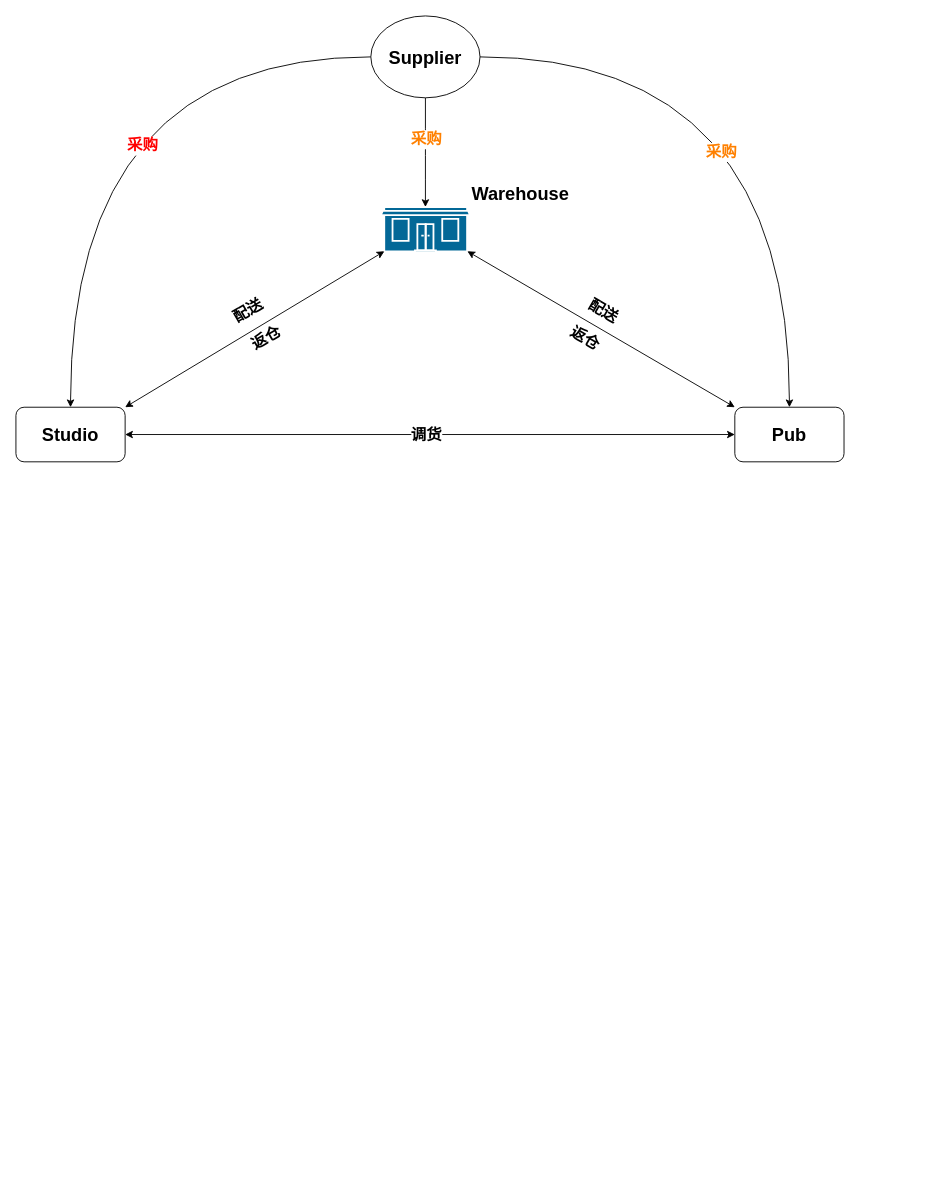
The draw.io diagram 未命名表单.drawio in Cyrusvic/358pub, before the edit. Source tidied: cells renumbered, new cells numbered last; positions are measured from the earlier drawing's top-left corner, leaving out a move shared by most shapes. Both pictures are drawn from the tidied source at 91%, with x=0, y=0 at pixel (15, 15).
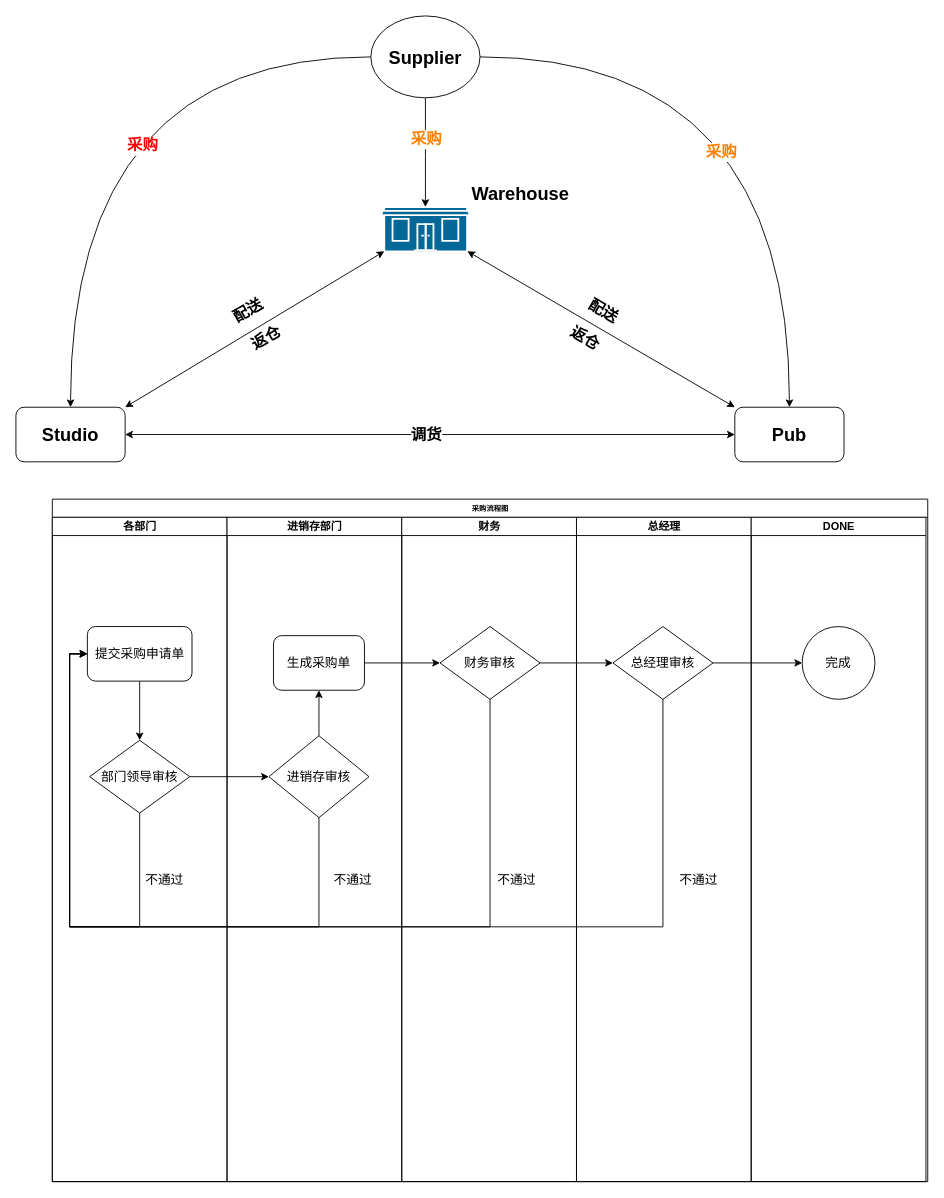
The same page after the edit.

The edit, as a diff of the source:
```diff
@@
+    <mxCell id="21" value="采购流程图" style="swimlane;html=1;startSize=20;rounded=0;shadow=0;labelBackgroundColor=none;strokeWidth=1;fontFamily=Verdana;fontSize=8;align=center;" parent="1" vertex="1">
+      <mxGeometry x="40" y="531" width="962" height="750" as="geometry" />
+    </mxCell>
+    <mxCell id="22" value="各部门" style="swimlane;html=1;startSize=20;" parent="21" vertex="1">
+      <mxGeometry y="20" width="192" height="730" as="geometry" />
+    </mxCell>
+    <mxCell id="23" style="edgeStyle=orthogonalEdgeStyle;rounded=0;jettySize=auto;html=1;exitX=0.5;exitY=1;exitDx=0;exitDy=0;entryX=0.5;entryY=0;entryDx=0;entryDy=0;" parent="22" edge="1" source="24" target="26">
+      <mxGeometry relative="1" as="geometry" />
+    </mxCell>
+    <mxCell id="24" value="提交采购申请单" style="rounded=1;whiteSpace=wrap;html=1;shadow=0;labelBackgroundColor=none;strokeWidth=1;fontFamily=Verdana;fontSize=14;align=center;fontStyle=0;" parent="22" vertex="1">
+      <mxGeometry x="38.5" y="120" width="115" height="60" as="geometry" />
+    </mxCell>
+    <mxCell id="25" style="edgeStyle=orthogonalEdgeStyle;rounded=0;jettySize=auto;html=1;exitX=0.5;exitY=1;exitDx=0;exitDy=0;entryX=0;entryY=0.5;entryDx=0;entryDy=0;fontSize=14;" parent="22" edge="1" source="26" target="24">
+      <mxGeometry relative="1" as="geometry">
+        <Array as="points">
+          <mxPoint x="96" y="450" />
+          <mxPoint x="19" y="450" />
+          <mxPoint x="19" y="150" />
+        </Array>
+      </mxGeometry>
+    </mxCell>
+    <mxCell id="26" value="部门领导审核" style="rhombus;whiteSpace=wrap;html=1;fontStyle=0;fontSize=14;" parent="22" vertex="1">
+      <mxGeometry x="41" y="245" width="110" height="80" as="geometry" />
+    </mxCell>
+    <mxCell id="27" value="不通过" style="text;html=1;align=center;verticalAlign=middle;fontSize=14;" parent="22" vertex="1">
+      <mxGeometry x="93" y="388" width="60" height="20" as="geometry" />
+    </mxCell>
+    <mxCell id="28" value="进销存部门" style="swimlane;html=1;startSize=20;flipH=1;flipV=0;" parent="21" vertex="1">
+      <mxGeometry x="192" y="20" width="192" height="730" as="geometry" />
+    </mxCell>
+    <mxCell id="29" value="生成采购单" style="rounded=1;whiteSpace=wrap;html=1;shadow=0;labelBackgroundColor=none;strokeWidth=1;fontFamily=Verdana;fontSize=14;align=center;fontStyle=0;" parent="28" vertex="1">
+      <mxGeometry x="51" y="130" width="100" height="60" as="geometry" />
+    </mxCell>
+    <mxCell id="30" style="edgeStyle=orthogonalEdgeStyle;rounded=0;jettySize=auto;html=1;exitX=0.5;exitY=0;exitDx=0;exitDy=0;fontSize=14;" parent="28" edge="1" source="31" target="29">
+      <mxGeometry relative="1" as="geometry" />
+    </mxCell>
+    <mxCell id="31" value="进销存审核" style="rhombus;whiteSpace=wrap;html=1;fontStyle=0;fontSize=14;" parent="28" vertex="1">
+      <mxGeometry x="46" y="240" width="110" height="90" as="geometry" />
+    </mxCell>
+    <mxCell id="32" value="不通过" style="text;html=1;align=center;verticalAlign=middle;fontSize=14;" parent="28" vertex="1">
+      <mxGeometry x="108" y="388" width="60" height="20" as="geometry" />
+    </mxCell>
+    <mxCell id="33" value="财务" style="swimlane;html=1;startSize=20;" parent="21" vertex="1">
+      <mxGeometry x="384" y="20" width="192" height="730" as="geometry" />
+    </mxCell>
+    <mxCell id="34" value="财务审核" style="rhombus;whiteSpace=wrap;html=1;fontStyle=0;fontSize=14;" parent="33" vertex="1">
+      <mxGeometry x="42" y="120" width="110" height="80" as="geometry" />
+    </mxCell>
+    <mxCell id="35" value="不通过" style="text;html=1;align=center;verticalAlign=middle;fontSize=14;" parent="33" vertex="1">
+      <mxGeometry x="96" y="388" width="60" height="20" as="geometry" />
+    </mxCell>
+    <mxCell id="36" value="总经理" style="swimlane;html=1;startSize=20;" parent="21" vertex="1">
+      <mxGeometry x="576" y="20" width="192" height="730" as="geometry" />
+    </mxCell>
+    <mxCell id="37" value="总经理审核" style="rhombus;whiteSpace=wrap;html=1;fontStyle=0;fontSize=14;" parent="36" vertex="1">
+      <mxGeometry x="40" y="120" width="110" height="80" as="geometry" />
+    </mxCell>
+    <mxCell id="38" value="不通过" style="text;html=1;align=center;verticalAlign=middle;fontSize=14;" parent="36" vertex="1">
+      <mxGeometry x="104" y="388" width="60" height="20" as="geometry" />
+    </mxCell>
+    <mxCell id="39" value="DONE" style="swimlane;html=1;startSize=20;" parent="21" vertex="1">
+      <mxGeometry x="768" y="20" width="192" height="730" as="geometry" />
+    </mxCell>
+    <mxCell id="40" value="&lt;span style=&quot;font-size: 14px;&quot;&gt;完成&lt;/span&gt;" style="ellipse;whiteSpace=wrap;html=1;fontStyle=0;fontSize=14;" parent="39" vertex="1">
+      <mxGeometry x="56" y="120" width="80" height="80" as="geometry" />
+    </mxCell>
+    <mxCell id="41" style="edgeStyle=orthogonalEdgeStyle;rounded=0;jettySize=auto;html=1;exitX=1;exitY=0.5;exitDx=0;exitDy=0;entryX=0;entryY=0.5;entryDx=0;entryDy=0;" parent="21" edge="1" source="29" target="34">
+      <mxGeometry relative="1" as="geometry" />
+    </mxCell>
+    <mxCell id="42" style="edgeStyle=orthogonalEdgeStyle;rounded=0;jettySize=auto;html=1;exitX=1;exitY=0.5;exitDx=0;exitDy=0;entryX=0;entryY=0.5;entryDx=0;entryDy=0;" parent="21" edge="1" source="34" target="37">
+      <mxGeometry relative="1" as="geometry" />
+    </mxCell>
+    <mxCell id="43" style="edgeStyle=orthogonalEdgeStyle;rounded=0;jettySize=auto;html=1;exitX=1;exitY=0.5;exitDx=0;exitDy=0;entryX=0;entryY=0.5;entryDx=0;entryDy=0;" parent="21" edge="1" source="37" target="40">
+      <mxGeometry relative="1" as="geometry" />
+    </mxCell>
+    <mxCell id="44" style="edgeStyle=orthogonalEdgeStyle;rounded=0;jettySize=auto;html=1;exitX=1;exitY=0.5;exitDx=0;exitDy=0;entryX=0;entryY=0.5;entryDx=0;entryDy=0;fontSize=14;" parent="21" edge="1" source="26" target="31">
+      <mxGeometry relative="1" as="geometry" />
+    </mxCell>
+    <mxCell id="45" style="edgeStyle=orthogonalEdgeStyle;rounded=0;jettySize=auto;html=1;exitX=0.5;exitY=1;exitDx=0;exitDy=0;fontSize=14;entryX=0;entryY=0.5;entryDx=0;entryDy=0;" parent="21" edge="1" source="34" target="24">
+      <mxGeometry relative="1" as="geometry">
+        <Array as="points">
+          <mxPoint x="481" y="470" />
+          <mxPoint x="19" y="470" />
+          <mxPoint x="19" y="170" />
+        </Array>
+      </mxGeometry>
+    </mxCell>
+    <mxCell id="46" style="edgeStyle=orthogonalEdgeStyle;rounded=0;jettySize=auto;html=1;exitX=0.5;exitY=1;exitDx=0;exitDy=0;entryX=0;entryY=0.5;entryDx=0;entryDy=0;fontSize=14;" parent="21" edge="1" source="37" target="24">
+      <mxGeometry relative="1" as="geometry">
+        <Array as="points">
+          <mxPoint x="671" y="470" />
+          <mxPoint x="19" y="470" />
+          <mxPoint x="19" y="170" />
+        </Array>
+      </mxGeometry>
+    </mxCell>
+    <mxCell id="47" style="edgeStyle=orthogonalEdgeStyle;rounded=0;jettySize=auto;html=1;exitX=0.5;exitY=1;exitDx=0;exitDy=0;entryX=0;entryY=0.5;entryDx=0;entryDy=0;fontSize=14;" parent="21" edge="1" source="31" target="24">
+      <mxGeometry relative="1" as="geometry">
+        <Array as="points">
+          <mxPoint x="293" y="470" />
+          <mxPoint x="19" y="470" />
+          <mxPoint x="19" y="170" />
+        </Array>
+      </mxGeometry>
+    </mxCell>
```
